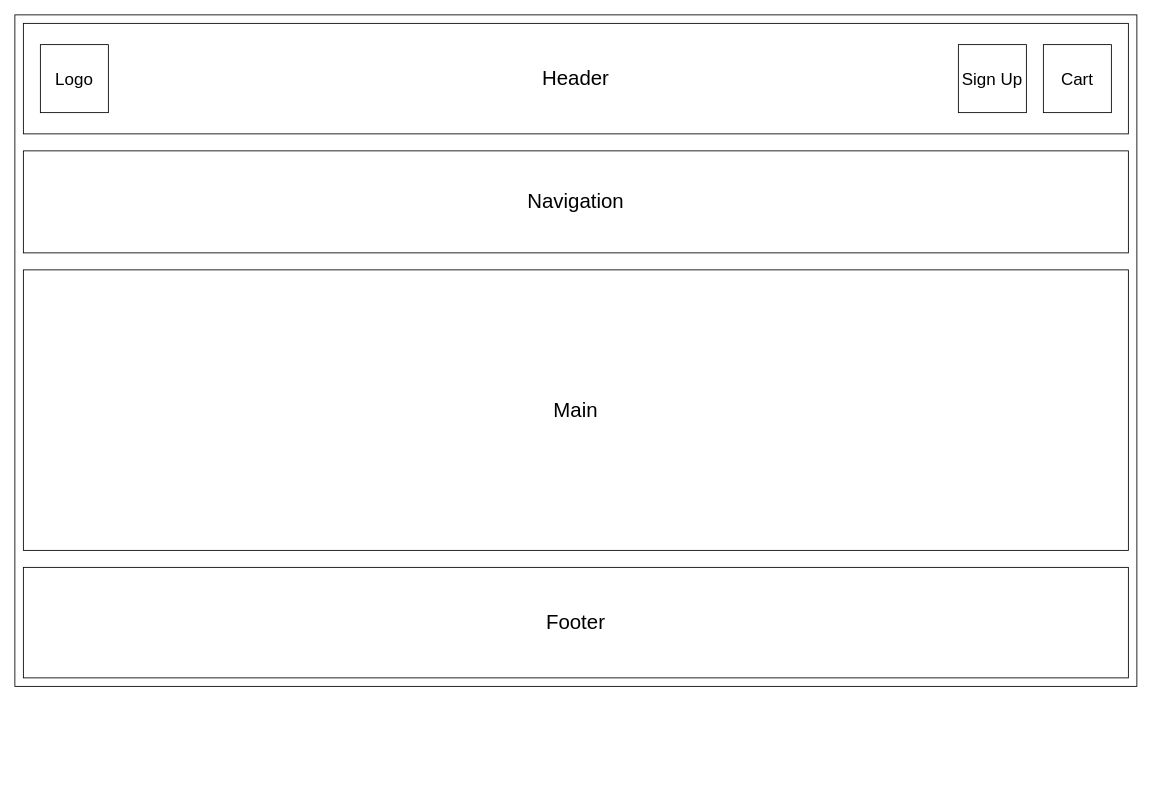
Earlier version of the draw.io diagram page "Wireframe - home page - desktop" (2 of 11) of Wireframe - home page.drawio (AlexzGut/FrontEnd-Final-Project). Source tidied: cells renumbered, new cells numbered last; positions are measured from the earlier drawing's top-left corner, leaving out a move shared by most shapes. Both pictures are drawn from the tidied source at 85%, with x=0, y=0 at pixel (14, 14).
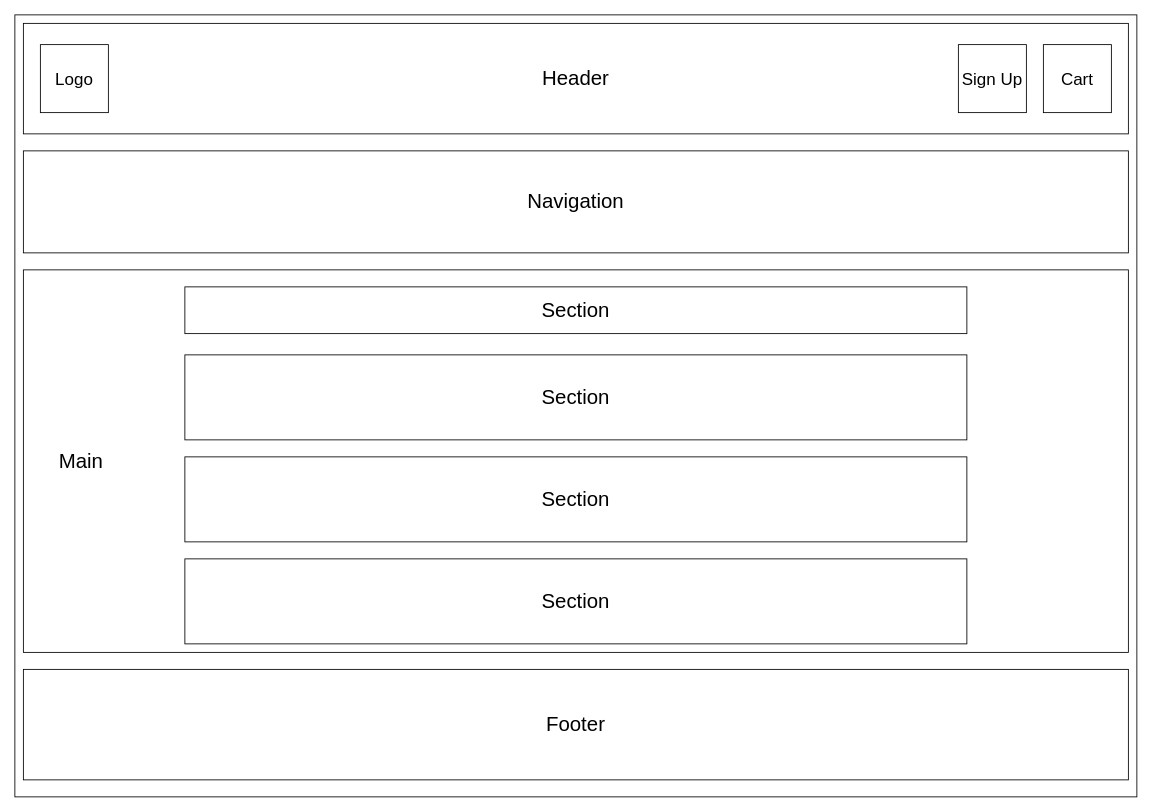
After the change.

The edit, as a diff of the source:
```diff
@@
 <mxGraphModel>
   <root>
     <mxCell id="0" />
     <mxCell id="1" parent="0" />
     <mxCell id="2" style="rounded=0;whiteSpace=wrap;html=1;" parent="1" vertex="1">
-      <mxGeometry width="1320" height="790" as="geometry" />
+      <mxGeometry width="1320" height="920" as="geometry" />
     </mxCell>
     <mxCell id="3" value="&lt;font style=&quot;font-size: 24px;&quot;&gt;Header&lt;/font&gt;" style="rounded=0;whiteSpace=wrap;html=1;" parent="1" vertex="1">
       <mxGeometry x="10" y="10" width="1300" height="130" as="geometry" />
     </mxCell>
     <mxCell id="4" value="&lt;font style=&quot;font-size: 20px;&quot;&gt;Logo&lt;/font&gt;" style="whiteSpace=wrap;html=1;" parent="1" vertex="1">
       <mxGeometry x="30" y="35" width="80" height="80" as="geometry" />
     </mxCell>
     <mxCell id="5" value="&lt;font style=&quot;font-size: 20px;&quot;&gt;Cart&lt;/font&gt;" style="whiteSpace=wrap;html=1;" parent="1" vertex="1">
       <mxGeometry x="1210" y="35" width="80" height="80" as="geometry" />
     </mxCell>
     <mxCell id="6" value="&lt;font style=&quot;font-size: 20px;&quot;&gt;Sign Up&lt;/font&gt;" style="whiteSpace=wrap;html=1;" parent="1" vertex="1">
       <mxGeometry x="1110" y="35" width="80" height="80" as="geometry" />
     </mxCell>
     <mxCell id="7" value="&lt;font style=&quot;font-size: 24px;&quot;&gt;Navigation&lt;/font&gt;" style="rounded=0;whiteSpace=wrap;html=1;" parent="1" vertex="1">
       <mxGeometry x="10" y="160" width="1300" height="120" as="geometry" />
     </mxCell>
-    <mxCell id="8" value="&lt;font style=&quot;font-size: 24px;&quot;&gt;Main&lt;/font&gt;" style="rounded=0;whiteSpace=wrap;html=1;" parent="1" vertex="1">
-      <mxGeometry x="10" y="300" width="1300" height="330" as="geometry" />
+    <mxCell id="8" value="&lt;font style=&quot;font-size: 24px;&quot;&gt;&amp;nbsp; &amp;nbsp; &amp;nbsp; Main&lt;/font&gt;" style="rounded=0;whiteSpace=wrap;html=1;align=left;" parent="1" vertex="1">
+      <mxGeometry x="10" y="300" width="1300" height="450" as="geometry" />
     </mxCell>
     <mxCell id="9" value="&lt;font style=&quot;font-size: 24px;&quot;&gt;Footer&lt;/font&gt;" style="rounded=0;whiteSpace=wrap;html=1;" parent="1" vertex="1">
-      <mxGeometry x="10" y="650" width="1300" height="130" as="geometry" />
+      <mxGeometry x="10" y="770" width="1300" height="130" as="geometry" />
     </mxCell>
+    <mxCell id="10" value="&lt;font style=&quot;font-size: 24px;&quot;&gt;Section&lt;/font&gt;" style="rounded=0;whiteSpace=wrap;html=1;" parent="1" vertex="1">
+      <mxGeometry x="200" y="400" width="920" height="100" as="geometry" />
+    </mxCell>
+    <mxCell id="11" value="&lt;font style=&quot;font-size: 24px;&quot;&gt;Section&lt;/font&gt;" style="rounded=0;whiteSpace=wrap;html=1;" parent="1" vertex="1">
+      <mxGeometry x="200" y="520" width="920" height="100" as="geometry" />
+    </mxCell>
+    <mxCell id="12" value="&lt;font style=&quot;font-size: 24px;&quot;&gt;Section&lt;/font&gt;" style="rounded=0;whiteSpace=wrap;html=1;" parent="1" vertex="1">
+      <mxGeometry x="200" y="640" width="920" height="100" as="geometry" />
+    </mxCell>
+    <mxCell id="13" value="&lt;font style=&quot;font-size: 24px;&quot;&gt;Section&lt;/font&gt;" style="rounded=0;whiteSpace=wrap;html=1;" parent="1" vertex="1">
+      <mxGeometry x="200" y="320" width="920" height="55" as="geometry" />
+    </mxCell>
   </root>
 </mxGraphModel>
```
